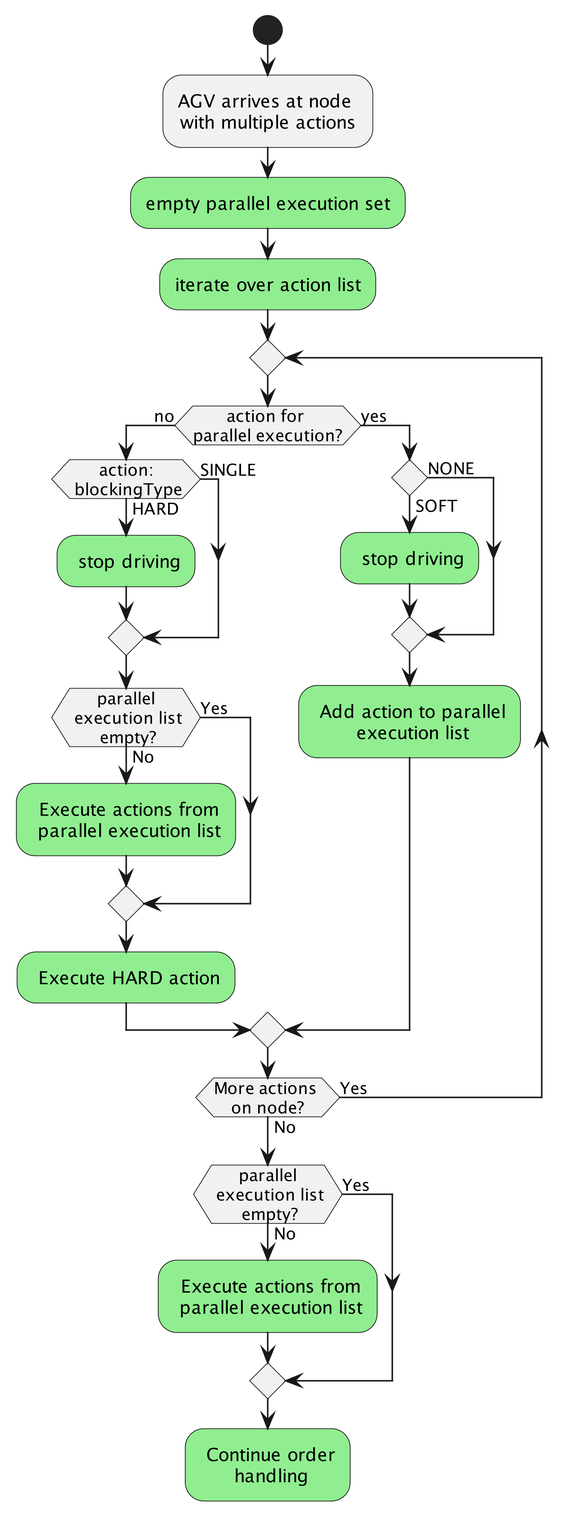
The PlantUML diagram assets/handling_multiple_actions.png in VDA5050/VDA5050, before a commit.
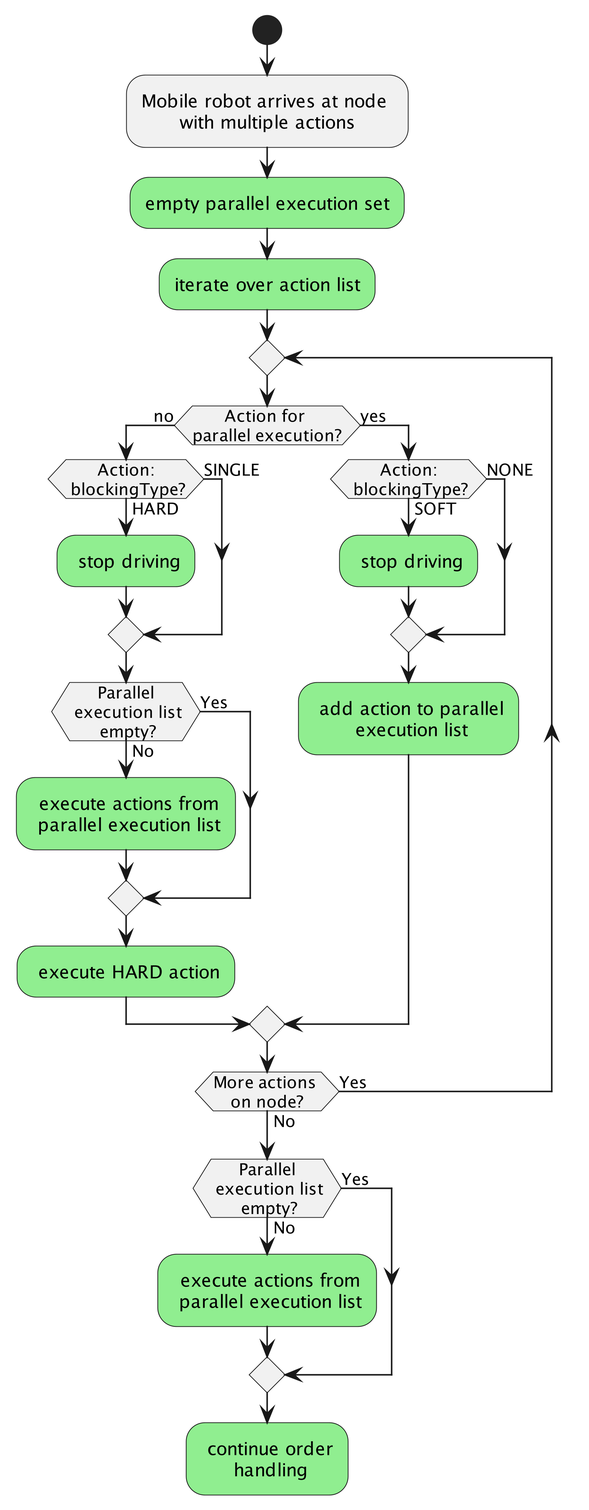
The same diagram one commit later.

The edit, as a diff of the source:
```diff
@@ -2,33 +2,33 @@
 skinparam dpi 400
 skinparam defaultTextAlignment center
 start
-:AGV arrives at node \nwith multiple actions;
+:Mobile robot arrives at node \nwith multiple actions;
 #lightgreen:empty parallel execution set;
 
 #lightgreen:iterate over action list;
 repeat
-    if (action for \nparallel execution?) then (no)
-        if (action:\n blockingType) then (HARD)
+    if (Action for \nparallel execution?) then (no)
+        if (Action:\n blockingType?) then (HARD)
         #lightgreen: stop driving;
         else (SINGLE)
         endif
-        if (parallel\n execution list\n empty?) then(Yes)
+        if (Parallel\n execution list\n empty?) then(Yes)
         else(No)
-        #lightgreen: Execute actions from\n parallel execution list;
+        #lightgreen: execute actions from\n parallel execution list;
         endif
-        #lightgreen: Execute HARD action;
+        #lightgreen: execute HARD action;
     else (yes)
-        if () then(SOFT)
+        if (Action:\n blockingType?) then(SOFT)
         #lightgreen: stop driving;
         else(NONE)
         endif
-        #lightgreen: Add action to parallel\n execution list;
+        #lightgreen: add action to parallel\n execution list;
     endif
 repeat while (More actions \non node?) is (Yes) not (No)
-if (parallel\n execution list\n empty?) then(Yes)
+if (Parallel\n execution list\n empty?) then(Yes)
 
 else(No)
-#lightgreen: Execute actions from\n parallel execution list;
+#lightgreen: execute actions from\n parallel execution list;
 endif
-#lightgreen: Continue order\n handling;
+#lightgreen: continue order\n handling;
 @enduml
```
